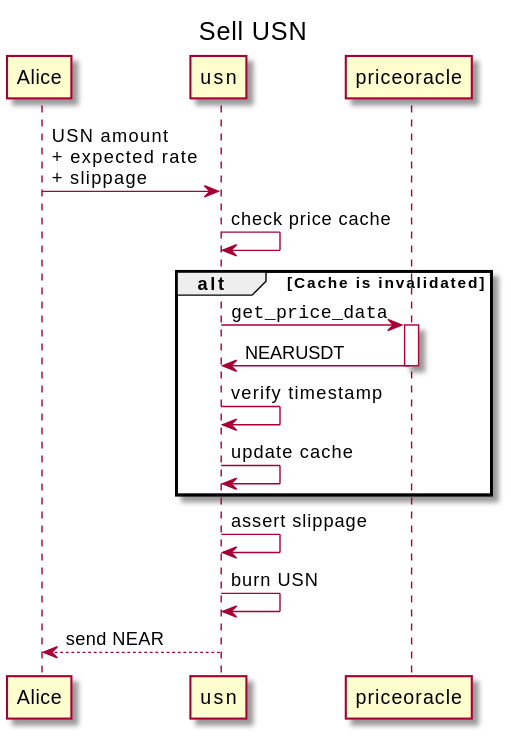
Above: images/sell.svg in fdoperezi/usn (PlantUML), before the change. The source it was exported from:
```plantuml
@startuml

title Sell USN

Alice -> usn: USN amount\n+ expected rate\n+ slippage
usn -> usn: check price cache

alt Cache is invalidated
usn -> priceoracle: ""get_price_data""
activate priceoracle
usn <- priceoracle: NEARUSDT
deactivate priceoracle
usn -> usn: verify timestamp
usn -> usn: update cache
end

usn -> usn: assert slippage
usn -> usn: burn USN
Alice <-- usn: send NEAR
@enduml
```
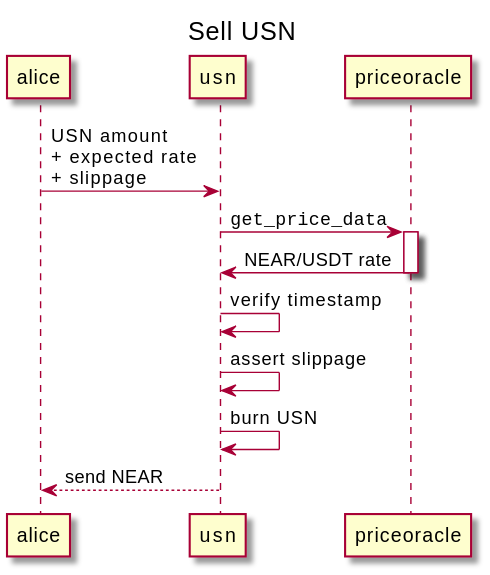
After the change.

Commit message:
Refresh documentation: no cache, auto-registration

Diff of the diagram source:
```diff
@@ -2,19 +2,15 @@
 
 title Sell USN
 
-Alice -> usn: USN amount\n+ expected rate\n+ slippage
-usn -> usn: check price cache
+alice -> usn: USN amount\n+ expected rate\n+ slippage
 
-alt Cache is invalidated
 usn -> priceoracle: ""get_price_data""
 activate priceoracle
-usn <- priceoracle: NEARUSDT
+usn <- priceoracle: NEAR/USDT rate
 deactivate priceoracle
 usn -> usn: verify timestamp
-usn -> usn: update cache
-end
 
 usn -> usn: assert slippage
 usn -> usn: burn USN
-Alice <-- usn: send NEAR
+alice <-- usn: send NEAR
 @enduml
```
